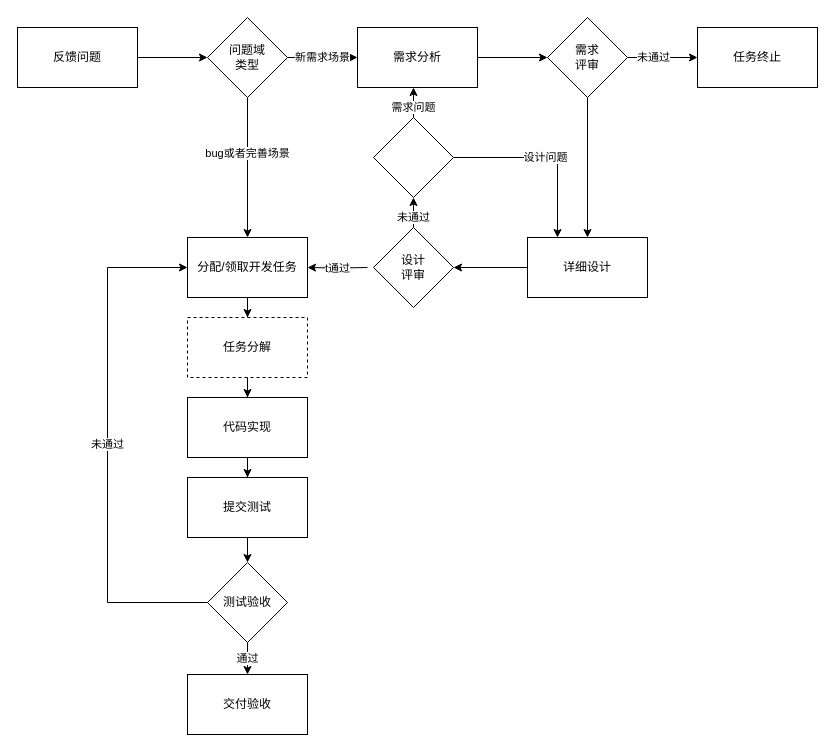
Before: page "迭代开发阶段" (6 of 6) of 开发制度关键流程.drawio in mashifei/uml, a draw.io diagram. Source tidied: cells renumbered, new cells numbered last; positions are measured from the earlier drawing's top-left corner, leaving out a move shared by most shapes. Both pictures are drawn from the tidied source at 100%, with x=0, y=0 at pixel (17, 17).
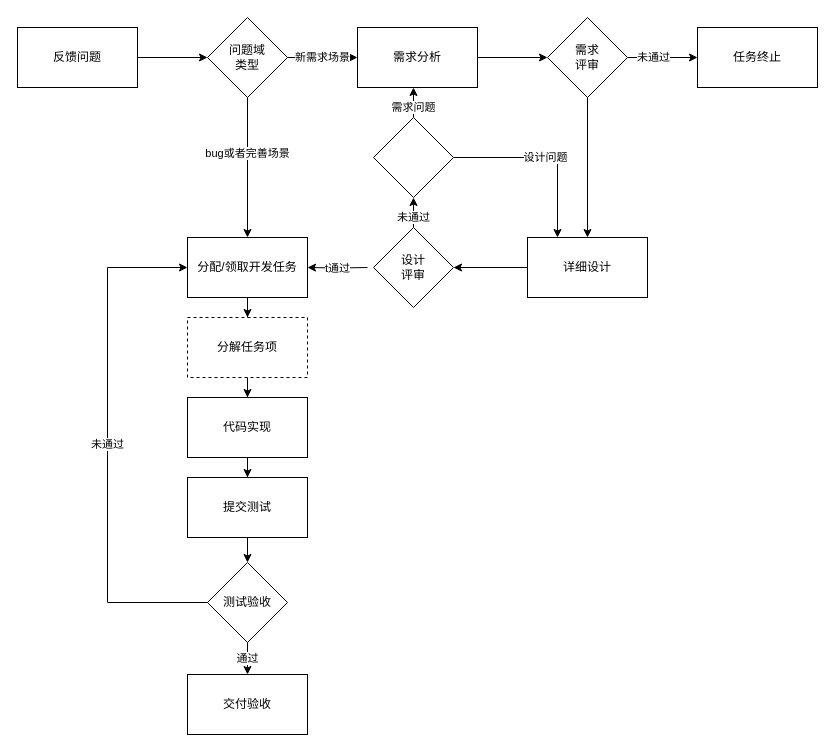
Above is the later version.

The edit, as a diff of the source:
```diff
@@
-    <mxCell id="5" value="任务分解" style="rounded=0;whiteSpace=wrap;html=1;dashed=1;" parent="1" vertex="1">
+    <mxCell id="5" value="分解任务项" style="rounded=0;whiteSpace=wrap;html=1;dashed=1;" parent="1" vertex="1">
       <mxGeometry x="170" y="300" width="120" height="60" as="geometry" />
     </mxCell>
```
